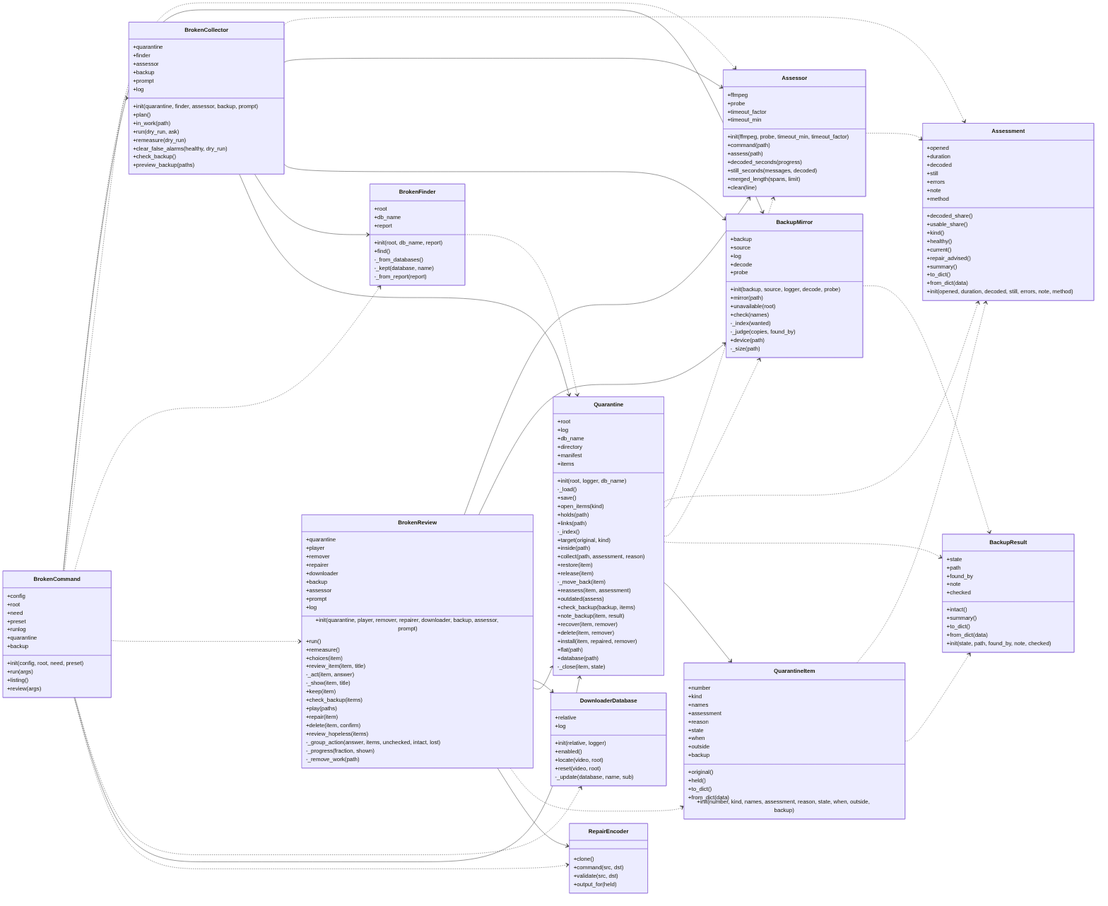
Before: docs/img/uml_broken.png, a diagram exported from Mermaid (peddanet/mediatools). Its source is kept beside it as docs/img/uml_broken.mmd.
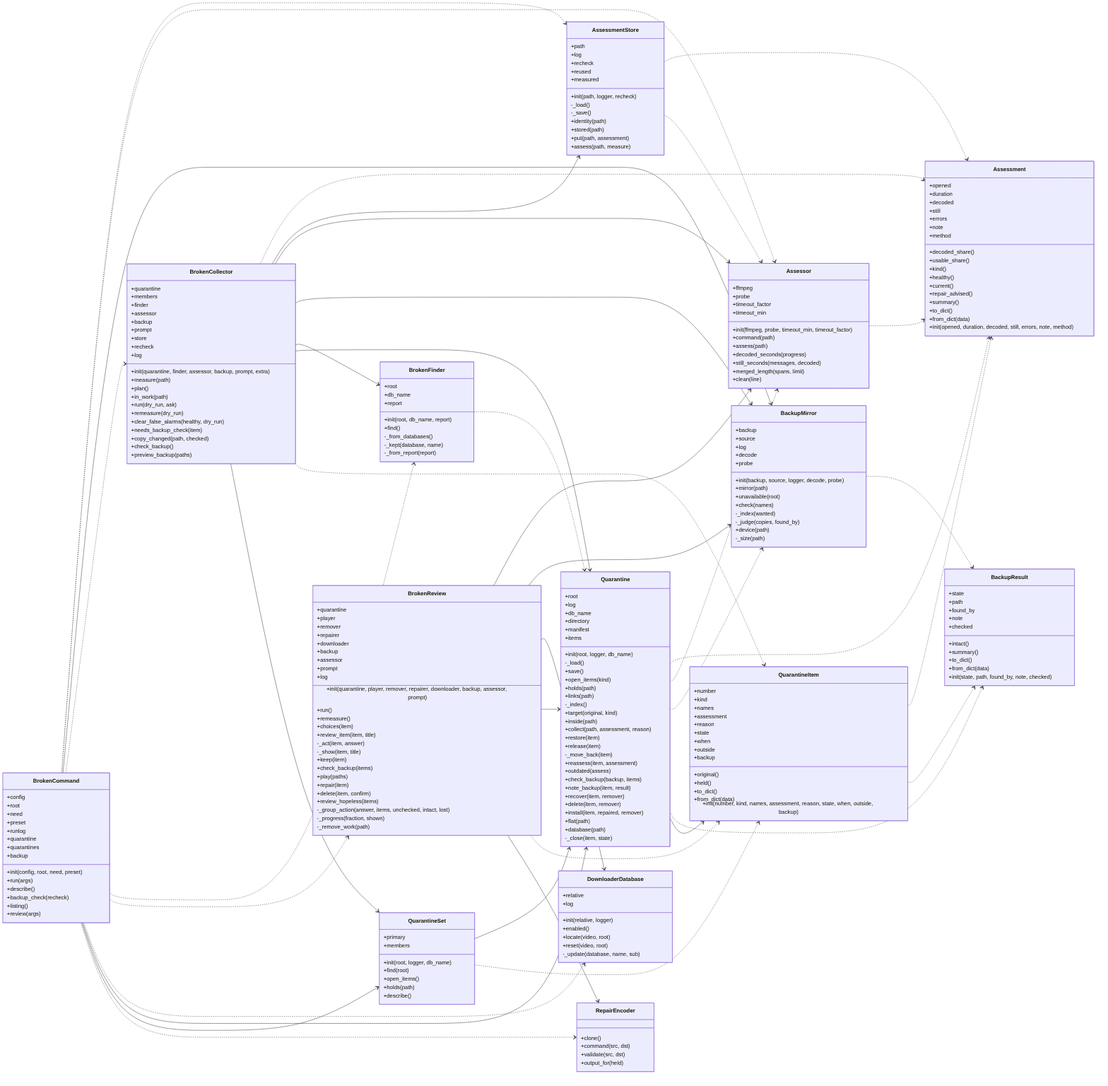
After the commit.

Diff of the diagram source:
```diff
@@ -18,6 +18,20 @@
     +to_dict()
     +from_dict(data)
     +init(opened, duration, decoded, still, errors, note, method)
+  }
+  class AssessmentStore {
+    +path
+    +log
+    +recheck
+    +reused
+    +measured
+    +init(path, logger, recheck)
+    -_load()
+    -_save()
+    +identity(path)
+    +stored(path)
+    +put(path, assessment)
+    +assess(path, measure)
   }
   class Assessor {
     +ffmpeg
@@ -61,17 +75,23 @@
   }
   class BrokenCollector {
     +quarantine
+    +members
     +finder
     +assessor
     +backup
     +prompt
+    +store
+    +recheck
     +log
-    +init(quarantine, finder, assessor, backup, prompt)
+    +init(quarantine, finder, assessor, backup, prompt, extra)
+    +measure(path)
     +plan()
     +in_work(path)
     +run(dry_run, ask)
     +remeasure(dry_run)
     +clear_false_alarms(healthy, dry_run)
+    +needs_backup_check(item)
+    +copy_changed(path, checked)
     +check_backup()
     +preview_backup(paths)
   }
@@ -82,9 +102,12 @@
     +preset
     +runlog
     +quarantine
+    +quarantines
     +backup
     +init(config, root, need, preset)
     +run(args)
+    +describe()
+    +backup_check(recheck)
     +listing()
     +review(args)
   }
@@ -154,6 +177,15 @@
     +from_dict(data)
     +init(number, kind, names, assessment, reason, state, when, outside, backup)
   }
+  class QuarantineSet {
+    +primary
+    +members
+    +init(root, logger, db_name)
+    +find(root)
+    +open_items()
+    +holds(path)
+    +describe()
+  }
   class RepairEncoder {
     +clone()
     +command(src, dst)
@@ -187,13 +219,19 @@
     -_progress(fraction, shown)
     -_remove_work(path)
   }
+  AssessmentStore ..> Assessment
+  AssessmentStore ..> Assessor
   Assessor ..> Assessment
   BackupMirror ..> BackupResult
   BrokenCollector ..> Assessment
+  BrokenCollector --> AssessmentStore
   BrokenCollector --> Assessor
   BrokenCollector --> BackupMirror
   BrokenCollector --> BrokenFinder
   BrokenCollector --> Quarantine
+  BrokenCollector ..> QuarantineItem
+  BrokenCollector --> QuarantineSet
+  BrokenCommand ..> AssessmentStore
   BrokenCommand ..> Assessor
   BrokenCommand --> BackupMirror
   BrokenCommand ..> BrokenCollector
@@ -201,6 +239,7 @@
   BrokenCommand ..> BrokenReview
   BrokenCommand ..> DownloaderDatabase
   BrokenCommand --> Quarantine
+  BrokenCommand --> QuarantineSet
   BrokenCommand ..> RepairEncoder
   BrokenFinder ..> Quarantine
   Quarantine ..> Assessment
@@ -210,6 +249,8 @@
   Quarantine --> QuarantineItem
   QuarantineItem ..> Assessment
   QuarantineItem ..> BackupResult
+  QuarantineSet --> Quarantine
+  QuarantineSet ..> QuarantineItem
   BrokenReview --> Assessor
   BrokenReview --> BackupMirror
   BrokenReview --> DownloaderDatabase
```
